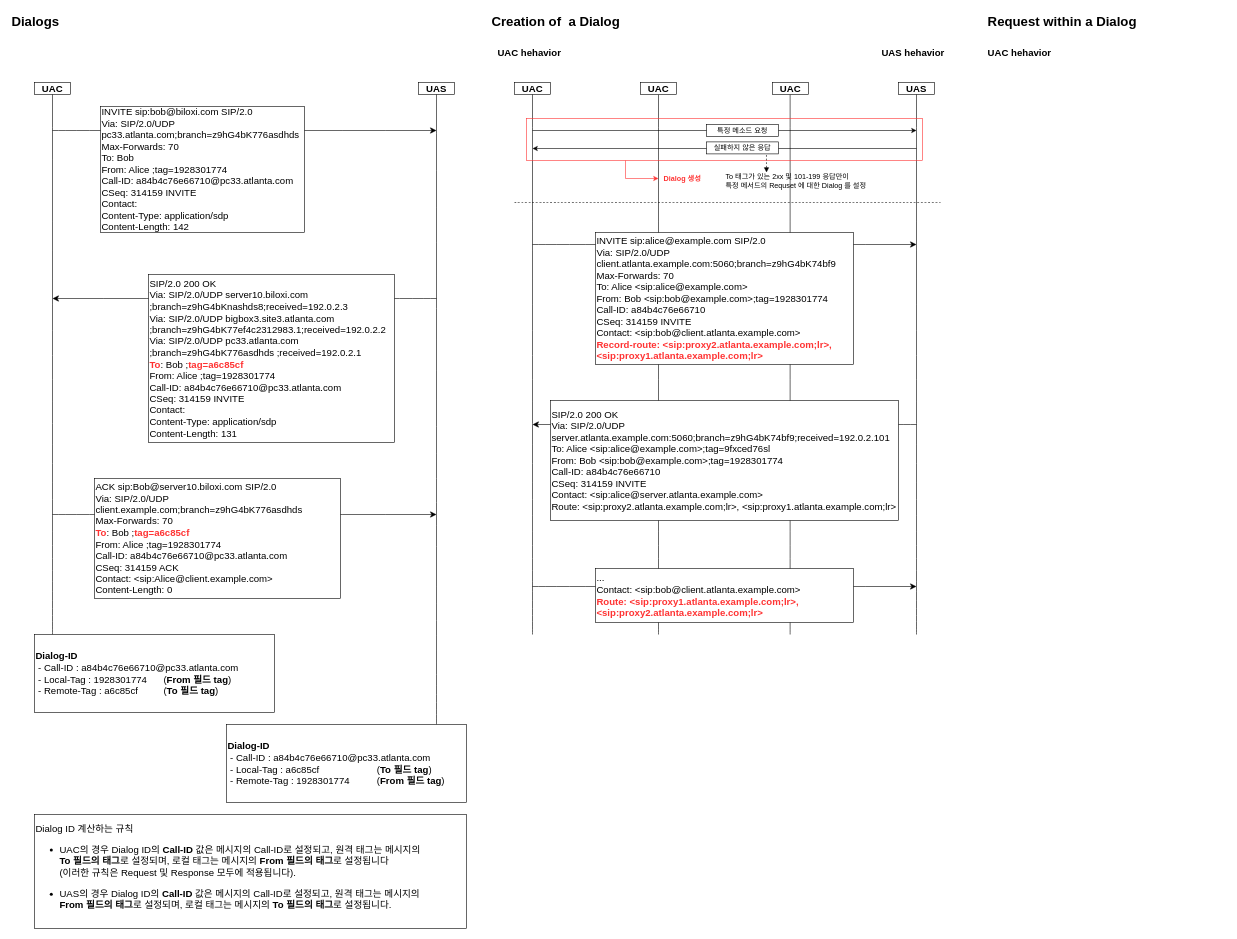
Above: 12장 Dialog.drawio in JaeHyeon774/NEWTIL (draw.io), before the change. Source tidied: cells renumbered, new cells numbered last; positions are measured from the earlier drawing's top-left corner, leaving out a move shared by most shapes. Both pictures are drawn from the tidied source at 60%, with x=0, y=0 at pixel (10, 10).
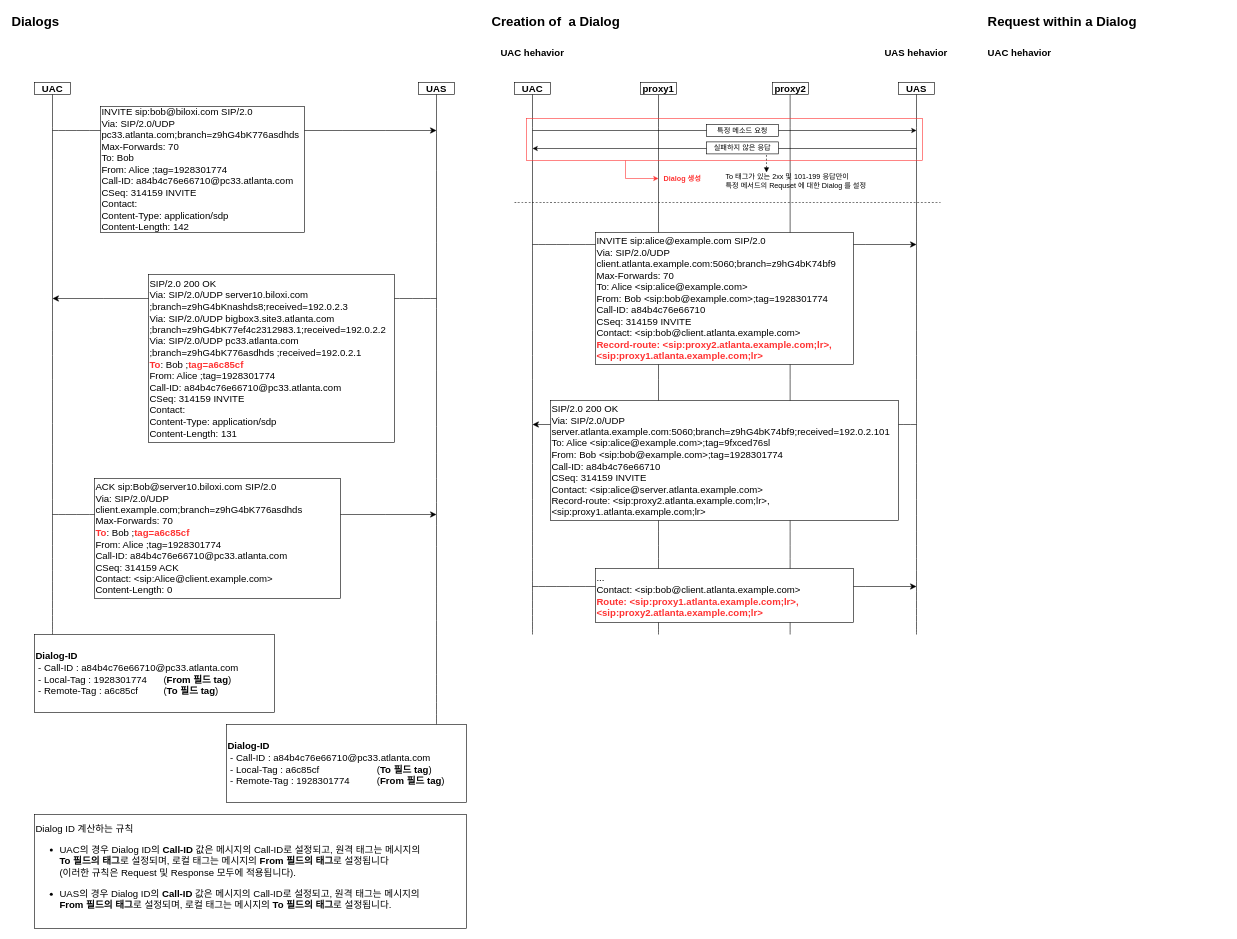
The same page after the edit.

Commit message:
12장 Dialog.drawio 업데이트

Change to the diagram source:
```diff
@@
     <mxCell id="11" value="&lt;b style=&quot;&quot;&gt;&lt;font style=&quot;font-size: 16px;&quot;&gt;UAC hehavior&lt;/font&gt;&lt;/b&gt;" style="text;html=1;strokeColor=none;fillColor=none;align=left;verticalAlign=middle;whiteSpace=wrap;rounded=0;fontSize=16;" parent="1" vertex="1">
-      <mxGeometry x="810" y="60" width="120" height="20" as="geometry" />
+      <mxGeometry x="815" y="60" width="110" height="20" as="geometry" />
     </mxCell>
@@
-    <mxCell id="40" value="SIP/2.0 200 OK&lt;br&gt;Via: SIP/2.0/UDP server.atlanta.example.com:5060;branch=z9hG4bK74bf9;received=192.0.2.101&lt;br&gt;To: Alice &amp;lt;sip:alice@example.com&amp;gt;;tag=9fxced76sl&lt;br&gt;From: Bob &amp;lt;sip:bob@example.com&amp;gt;;tag=1928301774&lt;br&gt;Call-ID: a84b4c76e66710&lt;br&gt;CSeq: 314159 INVITE&lt;br&gt;Contact: &amp;lt;sip:alice@server.atlanta.example.com&amp;gt;&lt;br&gt;Route: &amp;lt;sip:proxy2.atlanta.example.com;lr&amp;gt;, &amp;lt;sip:proxy1.atlanta.example.com;lr&amp;gt;" style="rounded=0;whiteSpace=wrap;html=1;fontSize=16;align=left;" parent="1" vertex="1">
+    <mxCell id="40" value="SIP/2.0 200 OK&lt;br&gt;Via: SIP/2.0/UDP server.atlanta.example.com:5060;branch=z9hG4bK74bf9;received=192.0.2.101&lt;br&gt;To: Alice &amp;lt;sip:alice@example.com&amp;gt;;tag=9fxced76sl&lt;br&gt;From: Bob &amp;lt;sip:bob@example.com&amp;gt;;tag=1928301774&lt;br&gt;Call-ID: a84b4c76e66710&lt;br&gt;CSeq: 314159 INVITE&lt;br&gt;Contact: &amp;lt;sip:alice@server.atlanta.example.com&amp;gt;&lt;br&gt;Record-route: &amp;lt;sip:proxy2.atlanta.example.com;lr&amp;gt;, &amp;lt;sip:proxy1.atlanta.example.com;lr&amp;gt;" style="rounded=0;whiteSpace=wrap;html=1;fontSize=16;align=left;" parent="1" vertex="1">
       <mxGeometry x="900" y="650" width="580" height="200" as="geometry" />
     </mxCell>
-    <mxCell id="41" value="&lt;b&gt;UAC&lt;/b&gt;" style="rounded=0;whiteSpace=wrap;html=1;fontSize=16;" parent="1" vertex="1">
+    <mxCell id="41" value="&lt;b&gt;proxy1&lt;/b&gt;" style="rounded=0;whiteSpace=wrap;html=1;fontSize=16;" parent="1" vertex="1">
       <mxGeometry x="1050" y="120" width="60" height="20" as="geometry" />
     </mxCell>
-    <mxCell id="42" value="&lt;b&gt;UAC&lt;/b&gt;" style="rounded=0;whiteSpace=wrap;html=1;fontSize=16;" parent="1" vertex="1">
+    <mxCell id="42" value="&lt;b&gt;proxy2&lt;/b&gt;" style="rounded=0;whiteSpace=wrap;html=1;fontSize=16;" parent="1" vertex="1">
       <mxGeometry x="1270" y="120" width="60" height="20" as="geometry" />
     </mxCell>
@@
     <mxCell id="44" value="&lt;b style=&quot;&quot;&gt;&lt;font style=&quot;font-size: 16px;&quot;&gt;UAS hehavior&lt;/font&gt;&lt;/b&gt;" style="text;html=1;strokeColor=none;fillColor=none;align=left;verticalAlign=middle;whiteSpace=wrap;rounded=0;fontSize=16;" parent="1" vertex="1">
-      <mxGeometry x="1450" y="60" width="120" height="20" as="geometry" />
+      <mxGeometry x="1455" y="60" width="110" height="20" as="geometry" />
     </mxCell>
```
